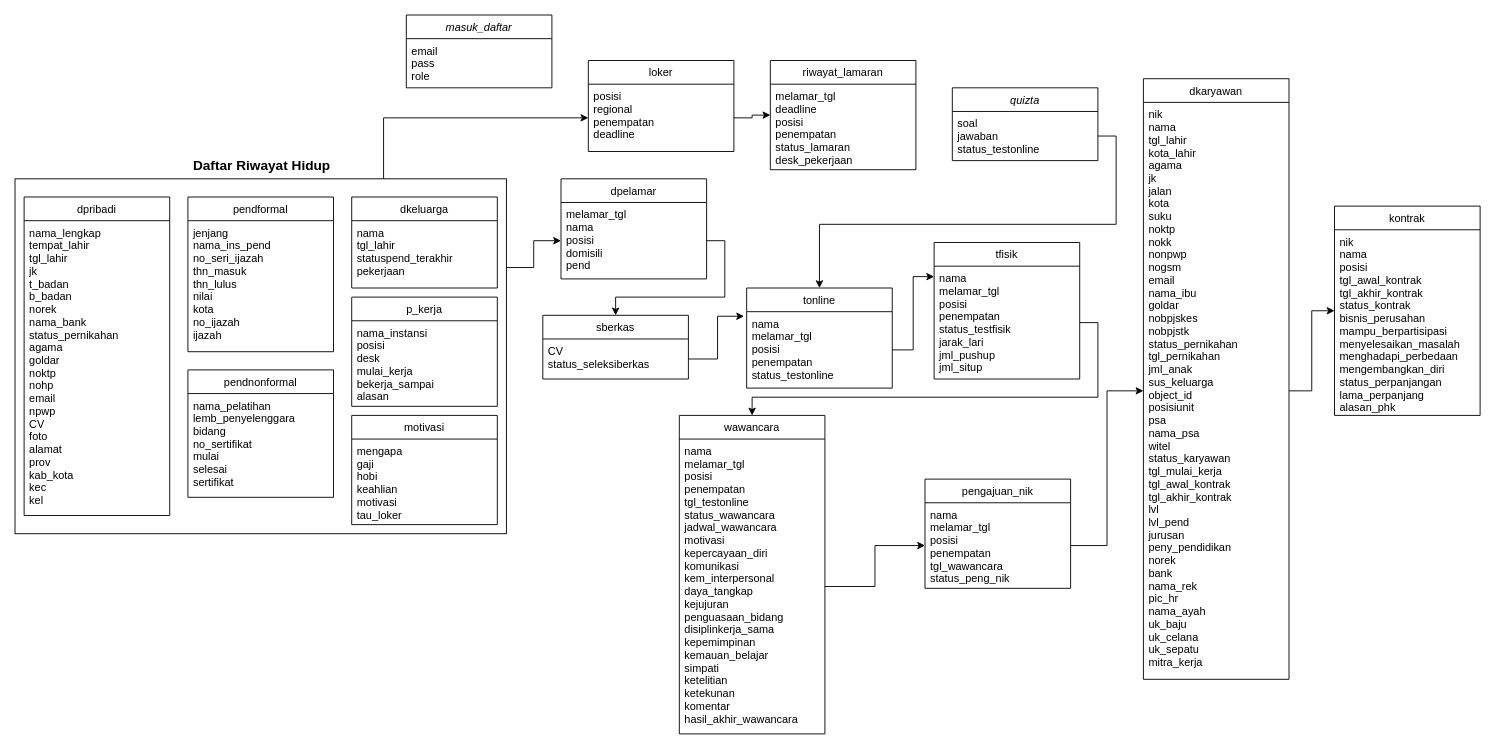
nuraliahfj/PraktikumJavaProyek keeps this draw.io diagram as Diagram Tanpa Judul.drawio. Above is the earlier version. Source tidied: cells renumbered, new cells numbered last; positions are measured from the earlier drawing's top-left corner, leaving out a move shared by most shapes. Both pictures are drawn from the tidied source at 91%, with x=0, y=0 at pixel (15, 15).
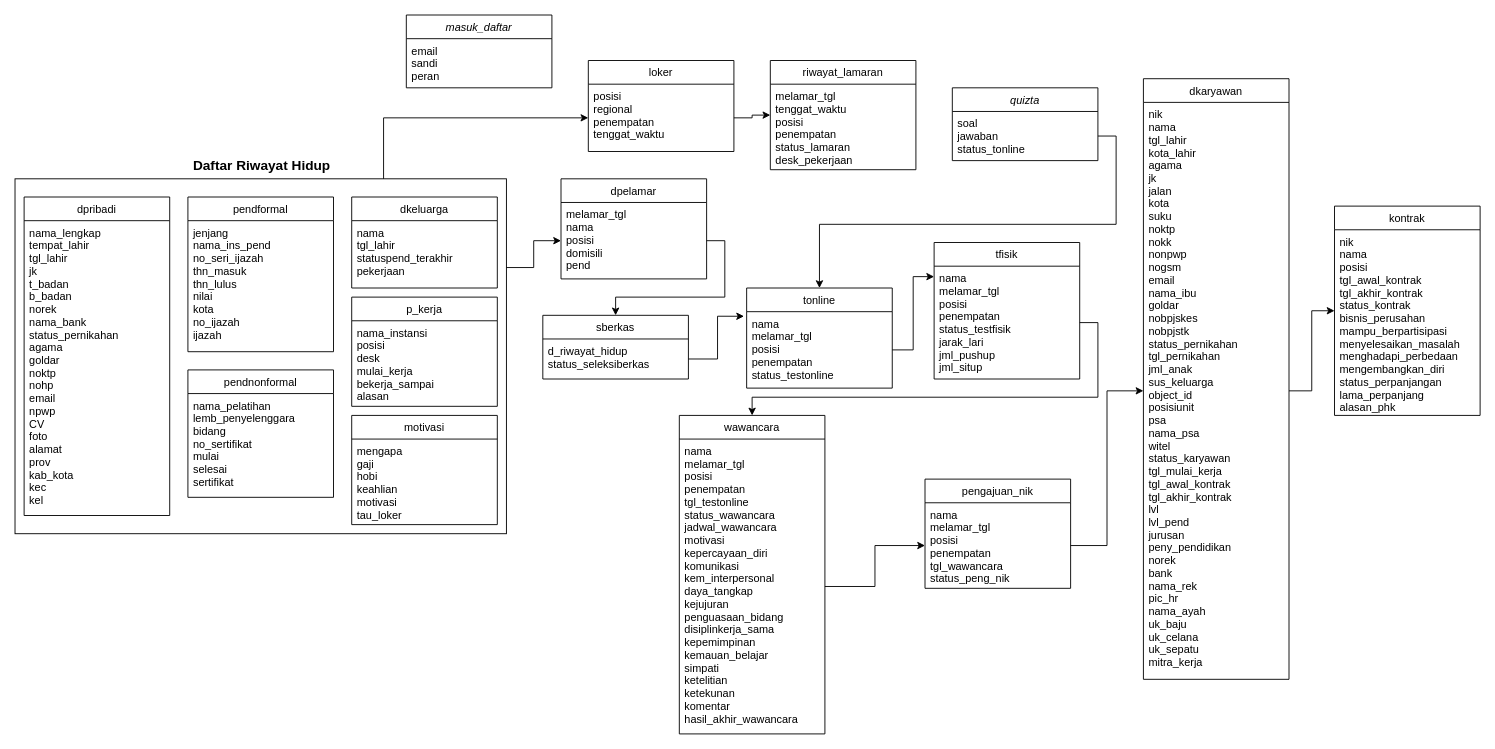
After the change.

Unchanged cells that the change refers to:
```xml
<mxCell id="2" value="masuk_daftar" style="swimlane;fontStyle=2;align=center;verticalAlign=top;horizontal=1;startSize=26;rounded=0;shadow=0;strokeWidth=1;" parent="1" vertex="1">
  <mxGeometry x="430" width="160" height="80" as="geometry" />
</mxCell>
<mxCell id="4" value="loker" style="swimlane;fontStyle=0;align=center;verticalAlign=top;horizontal=1;startSize=26;rounded=0;shadow=0;strokeWidth=1;" parent="1" vertex="1">
  <mxGeometry x="630" y="50" width="160" height="100" as="geometry" />
</mxCell>
<mxCell id="22" value="riwayat_lamaran" style="swimlane;fontStyle=0;align=center;verticalAlign=top;horizontal=1;startSize=26;rounded=0;shadow=0;strokeWidth=1;" parent="1" vertex="1">
  <mxGeometry x="830" y="50" width="160" height="120" as="geometry" />
</mxCell>
<mxCell id="24" value="quizta" style="swimlane;fontStyle=2;align=center;verticalAlign=top;horizontal=1;startSize=26;rounded=0;shadow=0;strokeWidth=1;" parent="1" vertex="1">
  <mxGeometry x="1030" y="80" width="160" height="80" as="geometry" />
</mxCell>
<mxCell id="32" value="sberkas" style="swimlane;fontStyle=0;align=center;verticalAlign=top;horizontal=1;startSize=26;rounded=0;shadow=0;strokeWidth=1;" parent="1" vertex="1">
  <mxGeometry x="580" y="330" width="160" height="70" as="geometry" />
</mxCell>
```

What changed in the source:
```diff
@@
-    <mxCell id="3" value="email&#10;pass&#10;role" style="text;align=left;verticalAlign=top;spacingLeft=4;spacingRight=4;overflow=hidden;" parent="2" vertex="1">
+    <mxCell id="3" value="email&#10;sandi&#10;peran" style="text;align=left;verticalAlign=top;spacingLeft=4;spacingRight=4;overflow=hidden;" parent="2" vertex="1">
       <mxGeometry y="26" width="160" height="54" as="geometry" />
     </mxCell>
@@
-    <mxCell id="5" value="posisi&#10;regional&#10;penempatan&#10;deadline" style="text;align=left;verticalAlign=top;spacingLeft=4;spacingRight=4;overflow=hidden;points=[[0,0.5],[1,0.5]];portConstraint=eastwest;" parent="4" vertex="1">
+    <mxCell id="5" value="posisi&#10;regional&#10;penempatan&#10;tenggat_waktu" style="text;align=left;verticalAlign=top;spacingLeft=4;spacingRight=4;overflow=hidden;points=[[0,0.5],[1,0.5]];portConstraint=eastwest;" parent="4" vertex="1">
       <mxGeometry y="26" width="160" height="74" as="geometry" />
     </mxCell>
@@
-    <mxCell id="23" value="melamar_tgl&#10;deadline&#10;posisi&#10;penempatan&#10;status_lamaran&#10;desk_pekerjaan" style="text;align=left;verticalAlign=top;spacingLeft=4;spacingRight=4;overflow=hidden;" parent="22" vertex="1">
+    <mxCell id="23" value="melamar_tgl&#10;tenggat_waktu&#10;posisi&#10;penempatan&#10;status_lamaran&#10;desk_pekerjaan" style="text;align=left;verticalAlign=top;spacingLeft=4;spacingRight=4;overflow=hidden;" parent="22" vertex="1">
       <mxGeometry y="26" width="160" height="94" as="geometry" />
     </mxCell>
@@
-    <mxCell id="25" value="soal&#10;jawaban&#10;status_testonline" style="text;align=left;verticalAlign=top;spacingLeft=4;spacingRight=4;overflow=hidden;points=[[0,0.5],[1,0.5]];portConstraint=eastwest;" parent="24" vertex="1">
+    <mxCell id="25" value="soal&#10;jawaban&#10;status_tonline" style="text;align=left;verticalAlign=top;spacingLeft=4;spacingRight=4;overflow=hidden;points=[[0,0.5],[1,0.5]];portConstraint=eastwest;" parent="24" vertex="1">
       <mxGeometry y="26" width="160" height="54" as="geometry" />
     </mxCell>
@@
-    <mxCell id="33" value="CV&#10;status_seleksiberkas" style="text;align=left;verticalAlign=top;spacingLeft=4;spacingRight=4;overflow=hidden;points=[[0,0.5],[1,0.5]];portConstraint=eastwest;" parent="32" vertex="1">
+    <mxCell id="33" value="d_riwayat_hidup&#10;status_seleksiberkas" style="text;align=left;verticalAlign=top;spacingLeft=4;spacingRight=4;overflow=hidden;points=[[0,0.5],[1,0.5]];portConstraint=eastwest;" parent="32" vertex="1">
       <mxGeometry y="26" width="160" height="44" as="geometry" />
     </mxCell>
```
